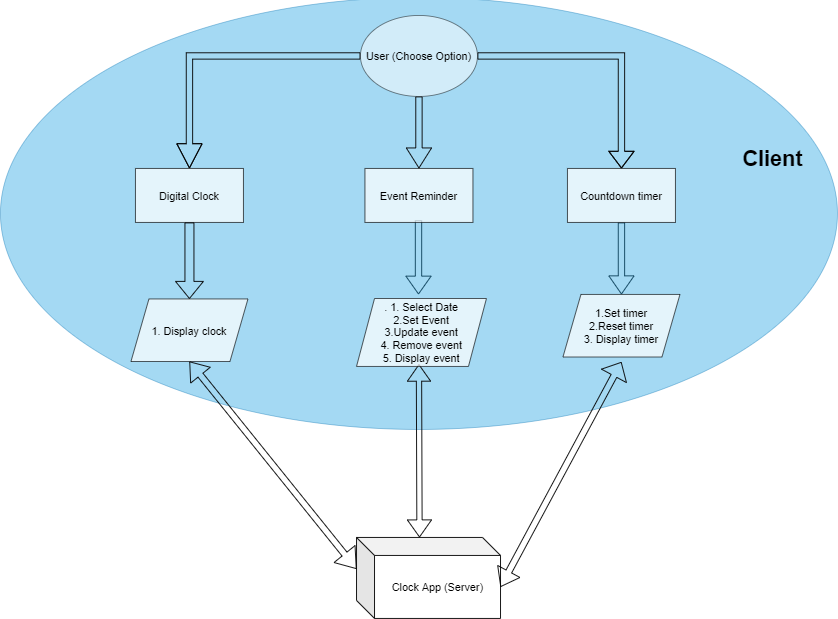
Above: 1_Requirements/systemdesign.png in HritujWadyalkar/STEPin_MiniProject (draw.io), before the change. Source tidied: cells renumbered, new cells last; positions are measured from the earlier drawing's top-left corner, leaving out a move shared by most shapes.
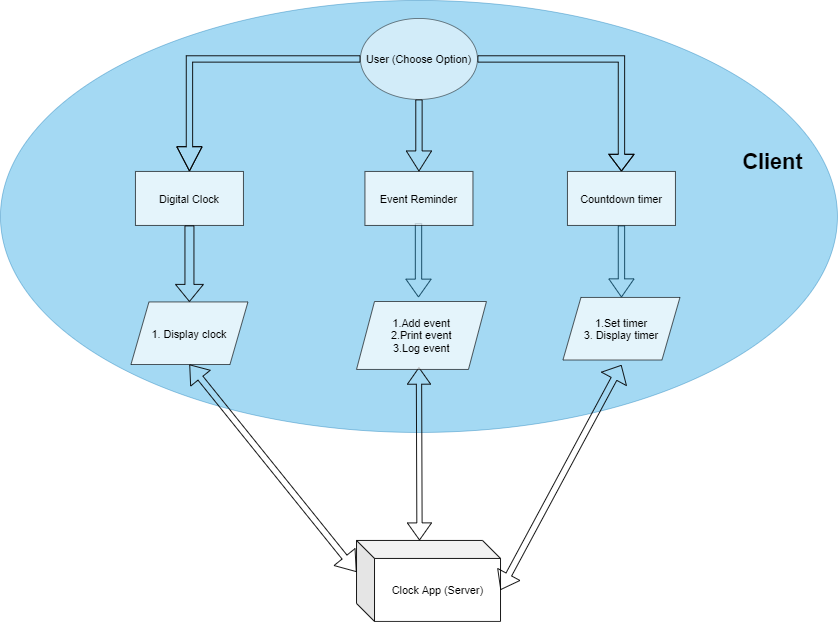
After the change.

Diff of the diagram source:
```diff
@@ -63,10 +63,10 @@
     <mxCell id="16" value="Countdown timer" style="rounded=0;whiteSpace=wrap;html=1;opacity=70;" parent="1" vertex="1">
       <mxGeometry x="630" y="190" width="120" height="60" as="geometry" />
     </mxCell>
-    <mxCell id="17" value=". 1. Select Date&lt;br&gt;2.Set Event&lt;br&gt;3.Update event&lt;br&gt;4. Remove event&lt;br&gt;5. Display event" style="shape=parallelogram;perimeter=parallelogramPerimeter;whiteSpace=wrap;html=1;fixedSize=1;opacity=70;" parent="1" vertex="1">
+    <mxCell id="17" value="1.Add event&lt;br&gt;2.Print event&lt;br&gt;3.Log event" style="shape=parallelogram;perimeter=parallelogramPerimeter;whiteSpace=wrap;html=1;fixedSize=1;opacity=70;" parent="1" vertex="1">
       <mxGeometry x="395.6" y="334.5" width="144.4" height="75.5" as="geometry" />
     </mxCell>
-    <mxCell id="18" value="1.Set timer&lt;br&gt;2.Reset timer&lt;br&gt;3. Display timer" style="shape=parallelogram;perimeter=parallelogramPerimeter;whiteSpace=wrap;html=1;fixedSize=1;opacity=70;" parent="1" vertex="1">
+    <mxCell id="18" value="1.Set timer&lt;br&gt;3. Display timer" style="shape=parallelogram;perimeter=parallelogramPerimeter;whiteSpace=wrap;html=1;fixedSize=1;opacity=70;" parent="1" vertex="1">
       <mxGeometry x="625" y="330" width="130" height="69.5" as="geometry" />
     </mxCell>
     <mxCell id="19" style="shape=flexArrow;endArrow=classic;html=1;exitX=0.5;exitY=1;exitDx=0;exitDy=0;entryX=0.5;entryY=0;entryDx=0;entryDy=0;" parent="1" edge="1" source="14" target="13">
```
